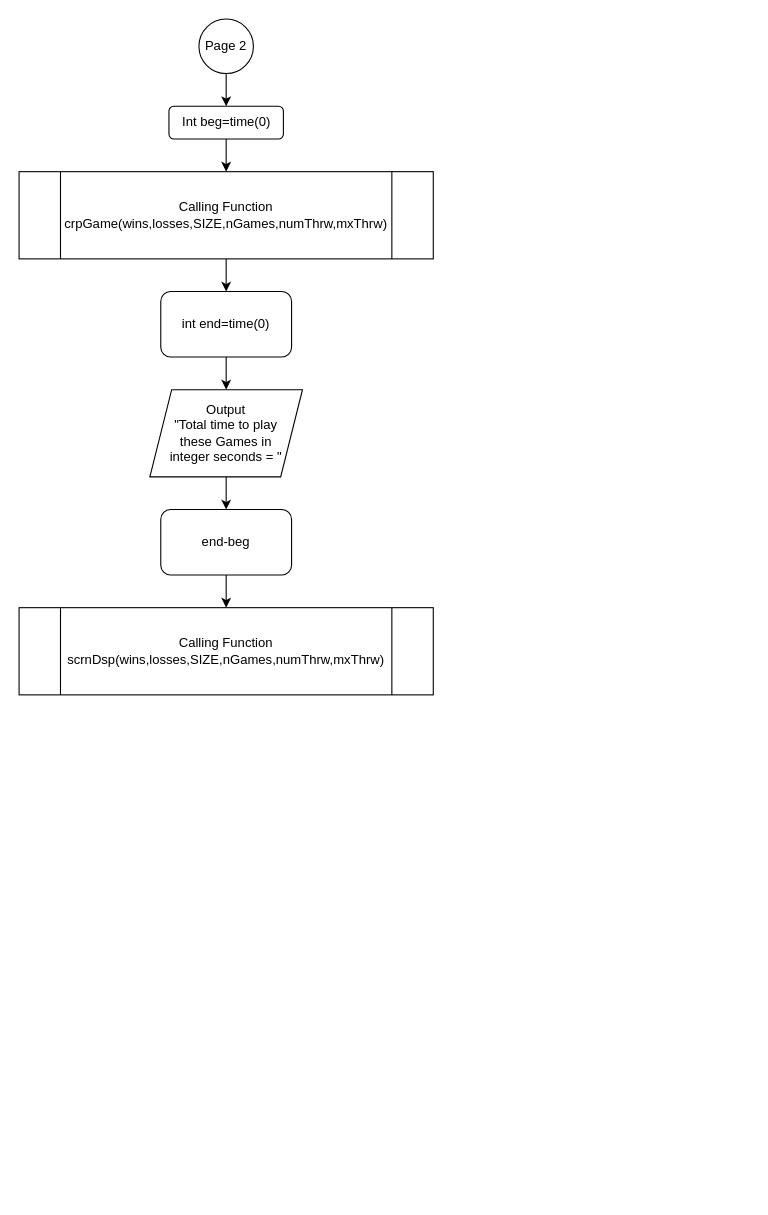
This is page "Page-2" (2 of 6) of Lab/Untitled Diagram.drawio from aporter30/2022_Fall_CSC_CIS_17a, a draw.io file, before an edit. Source tidied: cells renumbered, new cells numbered last; positions are measured from the earlier drawing's top-left corner, leaving out a move shared by most shapes. Both pictures are drawn from the tidied source at 109%, with x=0, y=0 at pixel (19, 19).
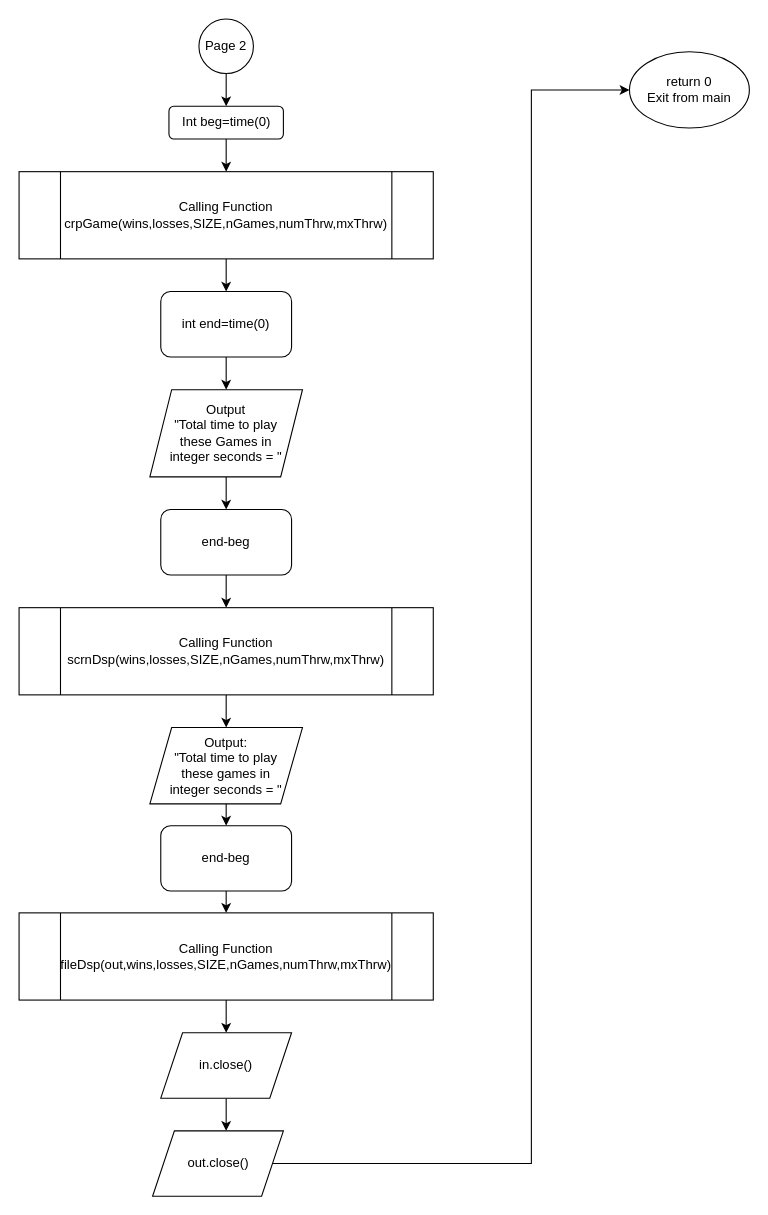
Above is the later version.

Unchanged cells that the change refers to:
```xml
<mxCell id="14" value="Calling Function&lt;br&gt;scrnDsp(wins,losses,SIZE,nGames,numThrw,mxThrw)" style="shape=process;whiteSpace=wrap;html=1;backgroundOutline=1;" parent="1" vertex="1">
  <mxGeometry y="540" width="380" height="80" as="geometry" />
</mxCell>
```

The edit, as a diff of the source:
```diff
@@
+    <mxCell id="15" style="edgeStyle=orthogonalEdgeStyle;rounded=0;jettySize=auto;html=1;" parent="1" edge="1" source="14">
+      <mxGeometry relative="1" as="geometry">
+        <mxPoint x="190" y="650" as="targetPoint" />
+      </mxGeometry>
+    </mxCell>
@@
+    <mxCell id="16" style="edgeStyle=orthogonalEdgeStyle;rounded=0;jettySize=auto;html=1;" parent="1" edge="1" source="17">
+      <mxGeometry relative="1" as="geometry">
+        <mxPoint x="190" y="740" as="targetPoint" />
+      </mxGeometry>
+    </mxCell>
+    <mxCell id="17" value="Output:&lt;br&gt;&quot;Total time to play&lt;br&gt;these games in&lt;br&gt;integer seconds = &quot;" style="shape=parallelogram;perimeter=parallelogramPerimeter;whiteSpace=wrap;html=1;fixedSize=1;" parent="1" vertex="1">
+      <mxGeometry x="120" y="650" width="140" height="70" as="geometry" />
+    </mxCell>
+    <mxCell id="18" style="edgeStyle=orthogonalEdgeStyle;rounded=0;jettySize=auto;html=1;" parent="1" edge="1" source="19">
+      <mxGeometry relative="1" as="geometry">
+        <mxPoint x="190" y="820" as="targetPoint" />
+      </mxGeometry>
+    </mxCell>
+    <mxCell id="19" value="end-beg" style="rounded=1;whiteSpace=wrap;html=1;" parent="1" vertex="1">
+      <mxGeometry x="130" y="740" width="120" height="60" as="geometry" />
+    </mxCell>
+    <mxCell id="20" style="edgeStyle=orthogonalEdgeStyle;rounded=0;jettySize=auto;html=1;" parent="1" edge="1" source="21">
+      <mxGeometry relative="1" as="geometry">
+        <mxPoint x="190" y="930" as="targetPoint" />
+      </mxGeometry>
+    </mxCell>
+    <mxCell id="21" value="Calling Function&lt;br&gt;fileDsp(out,wins,losses,SIZE,nGames,numThrw,mxThrw)" style="shape=process;whiteSpace=wrap;html=1;backgroundOutline=1;" parent="1" vertex="1">
+      <mxGeometry y="820" width="380" height="80" as="geometry" />
+    </mxCell>
+    <mxCell id="22" style="edgeStyle=orthogonalEdgeStyle;rounded=0;jettySize=auto;html=1;" parent="1" edge="1" source="23">
+      <mxGeometry relative="1" as="geometry">
+        <mxPoint x="190" y="1020" as="targetPoint" />
+      </mxGeometry>
+    </mxCell>
+    <mxCell id="23" value="in.close()" style="shape=parallelogram;perimeter=parallelogramPerimeter;whiteSpace=wrap;html=1;fixedSize=1;" parent="1" vertex="1">
+      <mxGeometry x="130" y="930" width="120" height="60" as="geometry" />
+    </mxCell>
+    <mxCell id="24" style="edgeStyle=orthogonalEdgeStyle;rounded=0;jettySize=auto;html=1;entryX=0;entryY=0.5;entryDx=0;entryDy=0;" parent="1" edge="1" source="25" target="26">
+      <mxGeometry relative="1" as="geometry">
+        <Array as="points">
+          <mxPoint x="470" y="1050" />
+          <mxPoint x="470" y="65" />
+        </Array>
+      </mxGeometry>
+    </mxCell>
+    <mxCell id="25" value="out.close()" style="shape=parallelogram;perimeter=parallelogramPerimeter;whiteSpace=wrap;html=1;fixedSize=1;" parent="1" vertex="1">
+      <mxGeometry x="122.5" y="1020" width="120" height="60" as="geometry" />
+    </mxCell>
+    <mxCell id="26" value="return 0&lt;br&gt;Exit from main" style="ellipse;whiteSpace=wrap;html=1;" parent="1" vertex="1">
+      <mxGeometry x="560" y="30" width="110" height="70" as="geometry" />
+    </mxCell>
```
